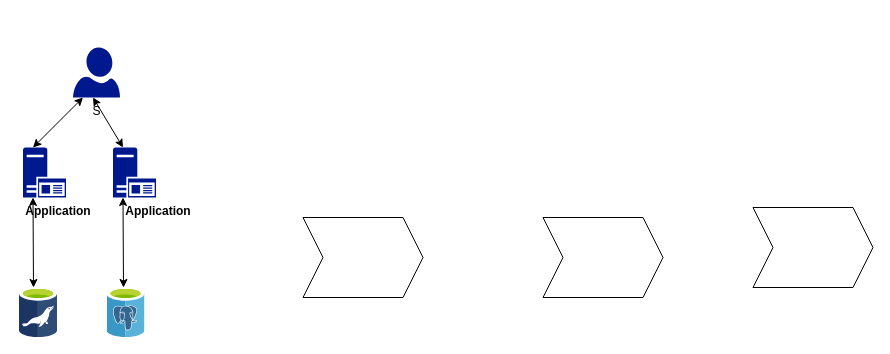
Earlier version of the draw.io diagram Untitled Diagram.drawio (ShriFunnyGuy/StudentManagement). Source tidied: cells renumbered, new cells numbered last; positions are measured from the earlier drawing's top-left corner, leaving out a move shared by most shapes. Both pictures are drawn from the tidied source at 100%, with x=0, y=0 at pixel (19, 47).
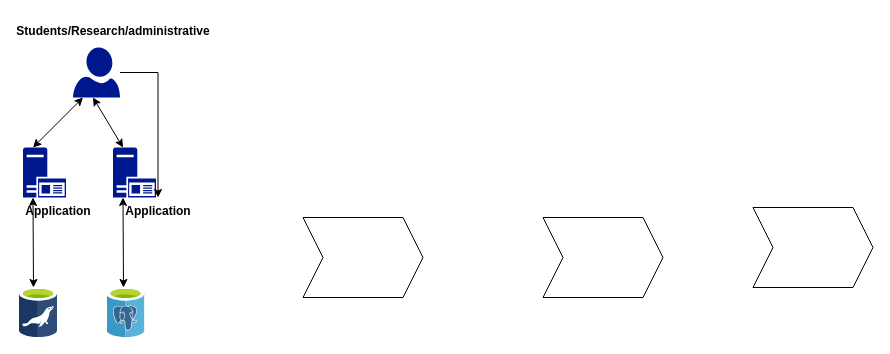
After the change.

The change refers to these unchanged cells:
```xml
<mxCell id="13" value="&lt;span style=&quot;font-family: Calibri; color: black; font-weight: bold;&quot;&gt;&lt;font style=&quot;font-size: 12px;&quot;&gt;Application&lt;/font&gt;&lt;/span&gt;" style="text;whiteSpace=wrap;html=1;align=center;" parent="1" vertex="1">
  <mxGeometry x="113.5" y="150" width="50" height="20" as="geometry" />
</mxCell>
```

Diff of the diagram source:
```diff
@@
+    <mxCell id="16" style="edgeStyle=orthogonalEdgeStyle;rounded=0;jettySize=auto;html=1;" parent="1" edge="1" source="4" target="13">
+      <mxGeometry relative="1" as="geometry" />
+    </mxCell>
-    <mxCell id="4" value="S" style="sketch=0;shadow=0;dashed=0;html=1;strokeColor=none;labelPosition=center;verticalLabelPosition=bottom;verticalAlign=top;align=center;fillColor=#00188D;shape=mxgraph.azure.user;" parent="1" vertex="1">
+    <mxCell id="4" style="sketch=0;shadow=0;dashed=0;html=1;strokeColor=none;labelPosition=center;verticalLabelPosition=bottom;verticalAlign=top;align=center;fillColor=#00188D;shape=mxgraph.azure.user;" parent="1" vertex="1">
       <mxGeometry x="53.5" width="47" height="50" as="geometry" />
     </mxCell>
@@
+    <mxCell id="17" value="&lt;span style=&quot;font-family: Calibri; color: black; font-weight: bold;&quot;&gt;&lt;font style=&quot;font-size: 12px;&quot;&gt;Students/Research/administrative&lt;/font&gt;&lt;/span&gt;" style="text;whiteSpace=wrap;html=1;align=center;" parent="1" vertex="1">
+      <mxGeometry x="3.5" y="-30" width="180" height="20" as="geometry" />
+    </mxCell>
```
